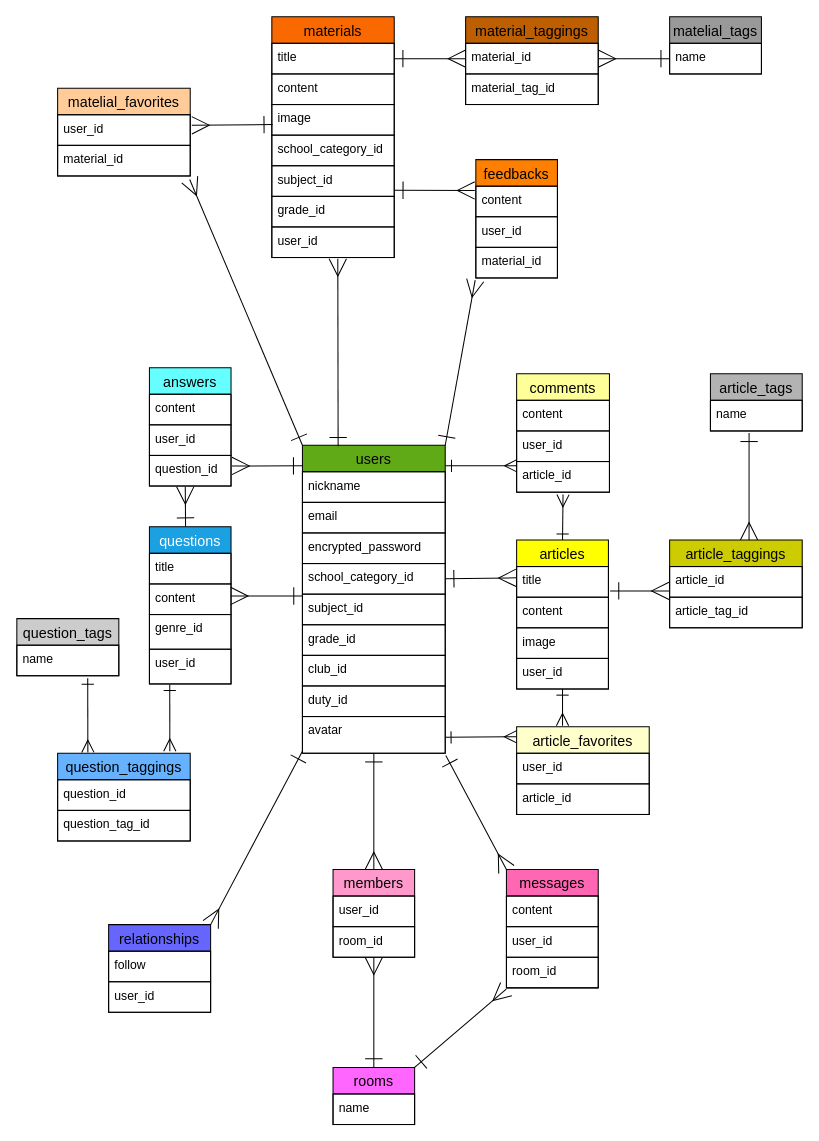
Before: ER.dio in murandot/wisdom, a draw.io diagram. Source tidied: cells renumbered, new cells numbered last; positions are measured from the earlier drawing's top-left corner, leaving out a move shared by most shapes. Both pictures are drawn from the tidied source at 102%, with x=0, y=0 at pixel (16, 16).
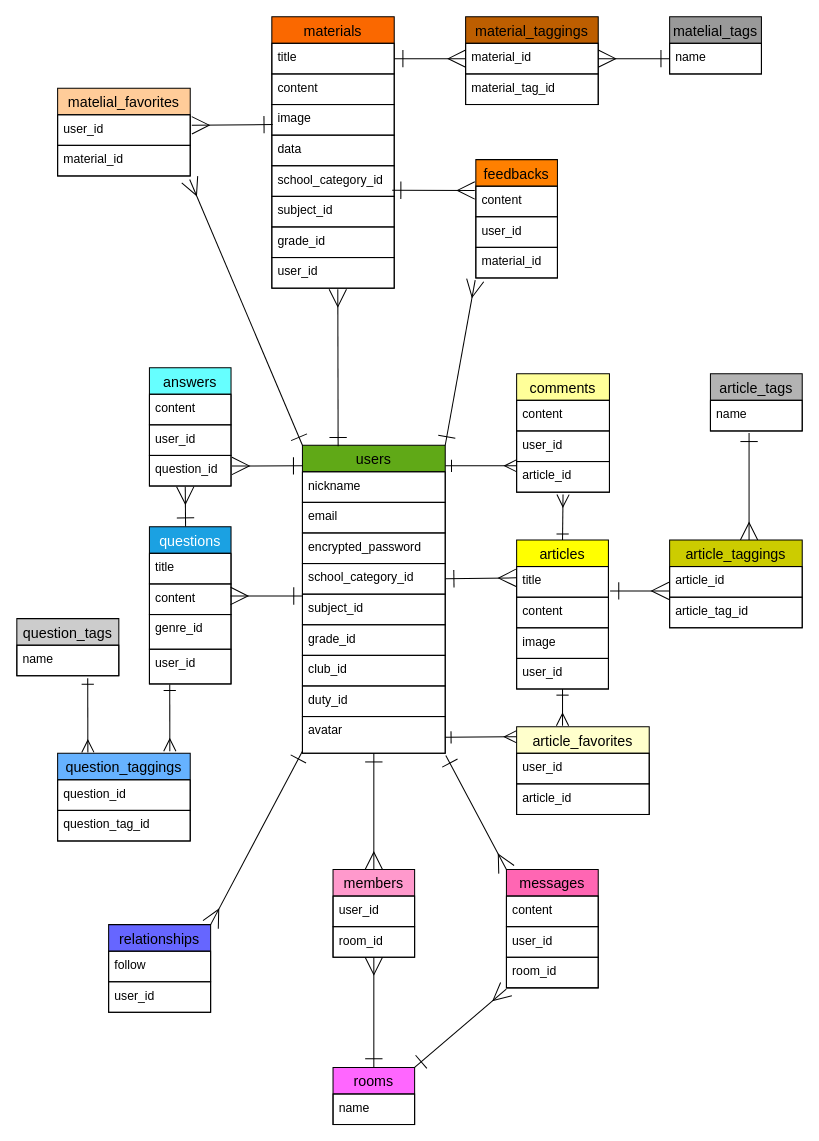
Above is the later version.

Unchanged cells that the change refers to:
```xml
<mxCell id="28" value="content" style="text;strokeColor=#000000;fillColor=none;spacingLeft=4;spacingRight=4;overflow=hidden;points=[[0,0.5],[1,0.5]];portConstraint=eastwest;fontSize=12;fontColor=#000000;labelBackgroundColor=none;strokeWidth=1;" parent="27" vertex="1">
  <mxGeometry y="26" width="80" height="30" as="geometry" />
</mxCell>
```

Diff of the diagram source:
```diff
@@
     <mxCell id="13" value="materials" style="swimlane;fontStyle=0;horizontal=1;startSize=26;align=center;fontSize=14;fillColor=#fa6800;fontColor=#000000;strokeColor=#000000;labelBackgroundColor=none;strokeWidth=1;" parent="1" vertex="1">
-      <mxGeometry x="250" width="120" height="236" as="geometry" />
+      <mxGeometry x="250" width="120" height="266" as="geometry" />
     </mxCell>
@@
+    <mxCell id="99" value="data" style="text;strokeColor=#000000;fillColor=none;spacingLeft=4;spacingRight=4;overflow=hidden;fontSize=12;fontColor=#000000;labelBackgroundColor=none;strokeWidth=1;" parent="13" vertex="1">
+      <mxGeometry y="116" width="120" height="30" as="geometry" />
+    </mxCell>
     <mxCell id="17" value="school_category_id" style="text;strokeColor=#000000;fillColor=none;spacingLeft=4;spacingRight=4;overflow=hidden;fontSize=12;fontColor=#000000;labelBackgroundColor=none;strokeWidth=1;" parent="13" vertex="1">
-      <mxGeometry y="116" width="120" height="30" as="geometry" />
+      <mxGeometry y="146" width="120" height="30" as="geometry" />
     </mxCell>
     <mxCell id="18" value="subject_id" style="text;strokeColor=#000000;fillColor=none;spacingLeft=4;spacingRight=4;overflow=hidden;points=[[0,0.5],[1,0.5]];portConstraint=eastwest;fontSize=12;fontColor=#000000;labelBackgroundColor=none;strokeWidth=1;" parent="13" vertex="1">
-      <mxGeometry y="146" width="120" height="30" as="geometry" />
+      <mxGeometry y="176" width="120" height="30" as="geometry" />
     </mxCell>
     <mxCell id="19" value="grade_id" style="text;strokeColor=#000000;fillColor=none;spacingLeft=4;spacingRight=4;overflow=hidden;fontSize=12;fontColor=#000000;labelBackgroundColor=none;strokeWidth=1;" parent="13" vertex="1">
-      <mxGeometry y="176" width="120" height="30" as="geometry" />
+      <mxGeometry y="206" width="120" height="30" as="geometry" />
     </mxCell>
     <mxCell id="20" value="user_id" style="text;strokeColor=#000000;fillColor=none;spacingLeft=4;spacingRight=4;overflow=hidden;points=[[0,0.5],[1,0.5]];portConstraint=eastwest;fontSize=12;fontColor=#000000;labelBackgroundColor=none;strokeWidth=1;" parent="13" vertex="1">
-      <mxGeometry y="206" width="120" height="30" as="geometry" />
+      <mxGeometry y="236" width="120" height="30" as="geometry" />
     </mxCell>
@@
-    <mxCell id="58" style="edgeStyle=none;html=1;entryX=1.001;entryY=0.8;entryDx=0;entryDy=0;startArrow=ERmany;startFill=0;endArrow=ERone;endFill=0;endSize=15;startSize=15;entryPerimeter=0;exitX=-0.013;exitY=0.14;exitDx=0;exitDy=0;exitPerimeter=0;fontColor=#000000;labelBackgroundColor=none;strokeWidth=1;strokeColor=#000000;" parent="1" edge="1" source="28" target="18">
-      <mxGeometry relative="1" as="geometry" />
+    <mxCell id="58" style="edgeStyle=none;html=1;startArrow=ERmany;startFill=0;endArrow=ERone;endFill=0;endSize=15;startSize=15;exitX=-0.013;exitY=0.14;exitDx=0;exitDy=0;exitPerimeter=0;fontColor=#000000;labelBackgroundColor=none;strokeWidth=1;strokeColor=#000000;" parent="1" edge="1" source="28">
+      <mxGeometry relative="1" as="geometry">
+        <mxPoint x="368" y="170" as="targetPoint" />
+      </mxGeometry>
     </mxCell>
```
